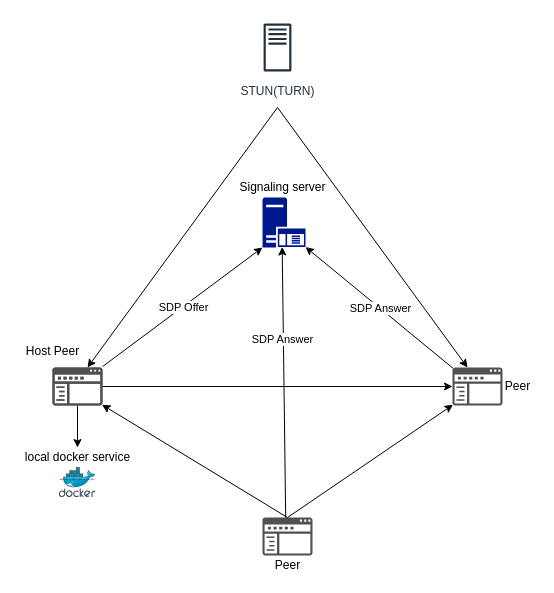
Earlier version of the draw.io diagram docs/peercode.drawio (PeerCodeProject/PeerCode). Source tidied: cells renumbered, new cells numbered last; positions are measured from the earlier drawing's top-left corner, leaving out a move shared by most shapes. Both pictures are drawn from the tidied source at 100%, with x=0, y=0 at pixel (17, 17).
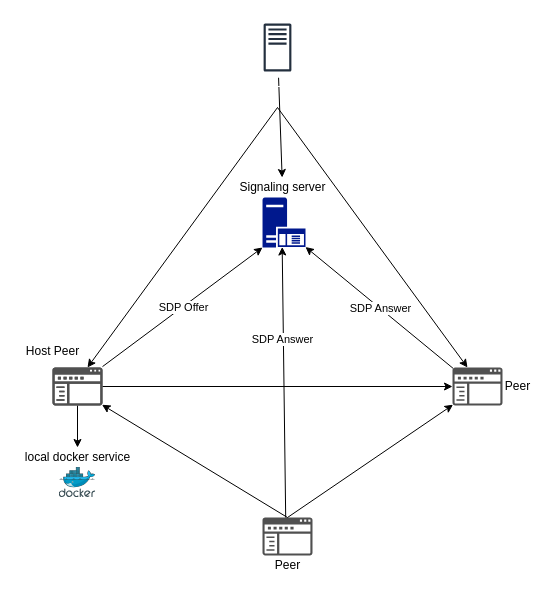
The same page after the edit.

Unchanged cells that the change refers to:
```xml
<mxCell id="11" value="Signaling server" style="text;html=1;align=center;verticalAlign=middle;points=[];fillColor=none;strokeColor=none;rounded=0;" parent="1" vertex="1">
  <mxGeometry x="215" y="160" width="100" height="20" as="geometry" />
</mxCell>
```

Diff of the diagram source:
```diff
@@
+    <mxCell id="24" style="edgeStyle=none;html=1;" parent="1" edge="1" source="14" target="11">
+      <mxGeometry relative="1" as="geometry" />
+    </mxCell>
-    <mxCell id="14" value="STUN(TURN)" style="sketch=0;outlineConnect=0;fontColor=#232F3E;gradientColor=none;strokeColor=#232F3E;fillColor=#ffffff;dashed=0;verticalLabelPosition=bottom;verticalAlign=top;align=center;html=1;fontSize=12;fontStyle=0;shape=mxgraph.aws4.resourceIcon;resIcon=mxgraph.aws4.traditional_server;" parent="1" vertex="1">
+    <mxCell id="14" value="&lt;font color=&quot;#ffffff&quot;&gt;STUN(TURN)&lt;/font&gt;" style="sketch=0;outlineConnect=0;fontColor=#232F3E;gradientColor=none;strokeColor=#232F3E;fillColor=#ffffff;dashed=0;verticalLabelPosition=bottom;verticalAlign=top;align=center;html=1;fontSize=12;fontStyle=0;shape=mxgraph.aws4.resourceIcon;resIcon=mxgraph.aws4.traditional_server;" parent="1" vertex="1">
       <mxGeometry x="230" width="60" height="60" as="geometry" />
     </mxCell>
```
